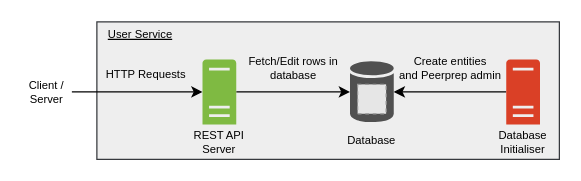
Above: images/architecture.drawio in CS3219-AY2324S1-G04/peerprep_user_service (draw.io), before the change. Source tidied: cells renumbered, new cells numbered last; positions are measured from the earlier drawing's top-left corner, leaving out a move shared by most shapes. Both pictures are drawn from the tidied source at 125%, with x=0, y=0 at pixel (21, 21). Pictures stored in the file or linked from it are replaced by grey dashed boxes.
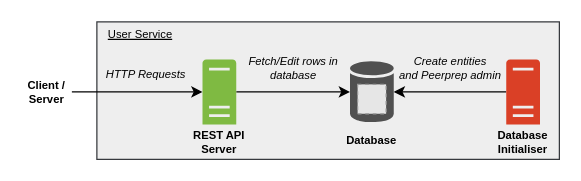
The same page after the edit.

What changed in the source:
```diff
@@
 <mxGraphModel>
   <root>
     <mxCell id="0" />
     <mxCell id="1" parent="0" />
     <mxCell id="2" style="rounded=0;whiteSpace=wrap;html=1;fillColor=#eeeeee;strokeColor=#36393d;" parent="1" vertex="1">
       <mxGeometry x="60" width="370" height="110" as="geometry" />
     </mxCell>
     <mxCell id="3" style="edgeStyle=orthogonalEdgeStyle;rounded=0;jettySize=auto;html=1;" parent="1" edge="1" source="15" target="5">
       <mxGeometry relative="1" as="geometry" />
     </mxCell>
     <mxCell id="4" style="group;" parent="1" vertex="1">
       <mxGeometry x="262.5" y="31.5" width="35" height="49" as="geometry" />
     </mxCell>
     <mxCell id="5" style="sketch=0;shadow=0;dashed=0;html=1;strokeColor=none;fillColor=#505050;labelPosition=center;verticalLabelPosition=bottom;verticalAlign=top;outlineConnect=0;align=center;shape=mxgraph.office.databases.database;" parent="4" vertex="1">
       <mxGeometry width="35" height="49" as="geometry" />
     </mxCell>
     <mxCell id="6" style="fillColor=#E6E6E6;strokeColor=#999999;dashed=1;verticalLabelPosition=bottom;labelBackgroundColor=default;verticalAlign=top;" parent="4" vertex="1">
       <mxGeometry x="6.1" y="18.5" width="22.8" height="23.5" as="geometry" />
     </mxCell>
-    <mxCell id="7" value="REST API Server" style="text;html=1;strokeColor=none;fillColor=none;align=center;verticalAlign=middle;whiteSpace=wrap;rounded=0;fontSize=9;spacing=2;horizontal=1;" parent="1" vertex="1">
+    <mxCell id="7" value="REST API Server" style="text;html=1;strokeColor=none;fillColor=none;align=center;verticalAlign=middle;whiteSpace=wrap;rounded=0;fontSize=9;spacing=2;horizontal=1;fontStyle=1;" parent="1" vertex="1">
       <mxGeometry x="128" y="82" width="60" height="28" as="geometry" />
     </mxCell>
     <mxCell id="8" style="edgeStyle=orthogonalEdgeStyle;rounded=0;jettySize=auto;html=1;" parent="1" edge="1" source="16" target="5">
       <mxGeometry relative="1" as="geometry" />
     </mxCell>
-    <mxCell id="9" value="Create entities&lt;br style=&quot;font-size: 9px;&quot;&gt;and Peerprep admin" style="text;html=1;strokeColor=none;fillColor=none;align=center;verticalAlign=middle;whiteSpace=wrap;rounded=0;fontSize=9;spacing=2;horizontal=1;" parent="1" vertex="1">
+    <mxCell id="9" value="Create entities&lt;br style=&quot;font-size: 9px;&quot;&gt;and Peerprep admin" style="text;html=1;strokeColor=none;fillColor=none;align=center;verticalAlign=middle;whiteSpace=wrap;rounded=0;fontSize=9;spacing=2;horizontal=1;fontStyle=2;" parent="1" vertex="1">
       <mxGeometry x="297.5" y="21.5" width="90" height="30" as="geometry" />
     </mxCell>
-    <mxCell id="10" value="Database" style="text;html=1;strokeColor=none;fillColor=none;align=center;verticalAlign=middle;whiteSpace=wrap;rounded=0;fontSize=9;spacing=2;horizontal=1;" parent="1" vertex="1">
+    <mxCell id="10" value="Database" style="text;html=1;strokeColor=none;fillColor=none;align=center;verticalAlign=middle;whiteSpace=wrap;rounded=0;fontSize=9;spacing=2;horizontal=1;fontStyle=1;" parent="1" vertex="1">
       <mxGeometry x="250" y="80.5" width="60" height="28" as="geometry" />
     </mxCell>
-    <mxCell id="11" value="Database Initialiser" style="text;html=1;strokeColor=none;fillColor=none;align=center;verticalAlign=middle;whiteSpace=wrap;rounded=0;fontSize=9;spacing=2;horizontal=1;" parent="1" vertex="1">
+    <mxCell id="11" value="Database Initialiser" style="text;html=1;strokeColor=none;fillColor=none;align=center;verticalAlign=middle;whiteSpace=wrap;rounded=0;fontSize=9;spacing=2;horizontal=1;fontStyle=1;" parent="1" vertex="1">
       <mxGeometry x="371" y="82" width="60" height="28" as="geometry" />
     </mxCell>
-    <mxCell id="12" value="Fetch/Edit rows in database" style="text;html=1;strokeColor=none;fillColor=none;align=center;verticalAlign=middle;whiteSpace=wrap;rounded=0;fontSize=9;spacing=2;horizontal=1;" parent="1" vertex="1">
+    <mxCell id="12" value="Fetch/Edit rows in database" style="text;html=1;strokeColor=none;fillColor=none;align=center;verticalAlign=middle;whiteSpace=wrap;rounded=0;fontSize=9;spacing=2;horizontal=1;fontStyle=2;" parent="1" vertex="1">
       <mxGeometry x="171.5" y="21.5" width="91" height="30" as="geometry" />
     </mxCell>
-    <mxCell id="13" value="HTTP Requests" style="text;html=1;strokeColor=none;fillColor=none;align=center;verticalAlign=middle;whiteSpace=wrap;rounded=0;fontSize=9;spacing=2;horizontal=1;" parent="1" vertex="1">
+    <mxCell id="13" value="HTTP Requests" style="text;html=1;strokeColor=none;fillColor=none;align=center;verticalAlign=middle;whiteSpace=wrap;rounded=0;fontSize=9;spacing=2;horizontal=1;fontStyle=2;" parent="1" vertex="1">
       <mxGeometry x="53.5" y="31.5" width="91" height="21.5" as="geometry" />
     </mxCell>
     <mxCell id="14" style="edgeStyle=orthogonalEdgeStyle;rounded=0;jettySize=auto;html=1;exitX=1;exitY=0.5;exitDx=0;exitDy=0;" parent="1" edge="1" source="17" target="15">
       <mxGeometry relative="1" as="geometry" />
     </mxCell>
     <mxCell id="15" style="sketch=0;shadow=0;dashed=0;html=1;strokeColor=none;labelPosition=center;verticalLabelPosition=bottom;verticalAlign=top;outlineConnect=0;align=center;shape=mxgraph.office.servers.server_generic;fillColor=#7FBA42;" parent="1" vertex="1">
       <mxGeometry x="144.5" y="30" width="27" height="52" as="geometry" />
     </mxCell>
     <mxCell id="16" style="sketch=0;shadow=0;dashed=0;html=1;strokeColor=none;labelPosition=center;verticalLabelPosition=bottom;verticalAlign=top;outlineConnect=0;align=center;shape=mxgraph.office.servers.server_generic;fillColor=#DA4026;" parent="1" vertex="1">
       <mxGeometry x="387.5" y="30" width="27" height="52" as="geometry" />
     </mxCell>
-    <mxCell id="17" value="Client / Server" style="text;html=1;strokeColor=none;fillColor=none;align=center;verticalAlign=middle;whiteSpace=wrap;rounded=0;fontSize=9;spacing=2;horizontal=1;" parent="1" vertex="1">
+    <mxCell id="17" value="Client / Server" style="text;html=1;strokeColor=none;fillColor=none;align=center;verticalAlign=middle;whiteSpace=wrap;rounded=0;fontSize=9;spacing=2;horizontal=1;fontStyle=1;" parent="1" vertex="1">
       <mxGeometry y="39" width="40" height="34" as="geometry" />
     </mxCell>
     <mxCell id="18" value="&lt;u&gt;User Service&lt;/u&gt;" style="text;html=1;strokeColor=none;fillColor=none;align=center;verticalAlign=middle;whiteSpace=wrap;rounded=0;fontSize=9;spacing=2;horizontal=1;" parent="1" vertex="1">
       <mxGeometry x="60" width="70" height="20" as="geometry" />
     </mxCell>
   </root>
 </mxGraphModel>
```
